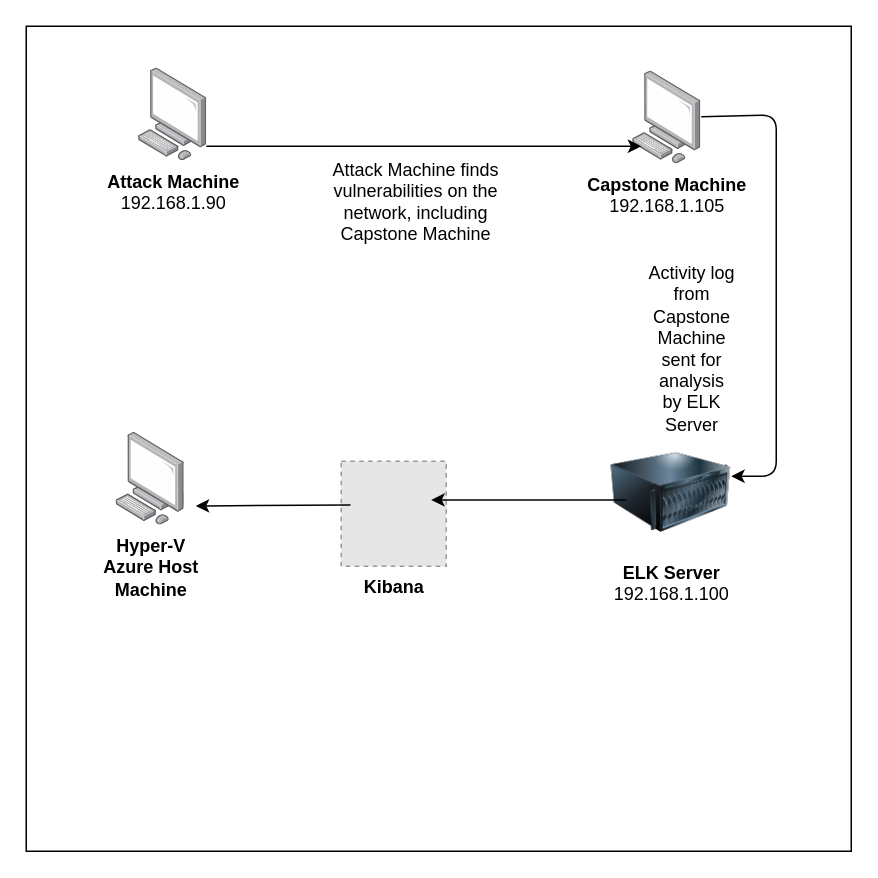
This is Untitled Diagram.drawio from wevertonribeiroferreira/Red-vs-Blue-Project, a draw.io file, before an edit. Source tidied: cells renumbered, new cells numbered last; positions are measured from the earlier drawing's top-left corner, leaving out a move shared by most shapes. Both pictures are drawn from the tidied source at 150%, with x=0, y=0 at pixel (26, 26). Pictures stored in the file or linked from it are replaced by grey dashed boxes.
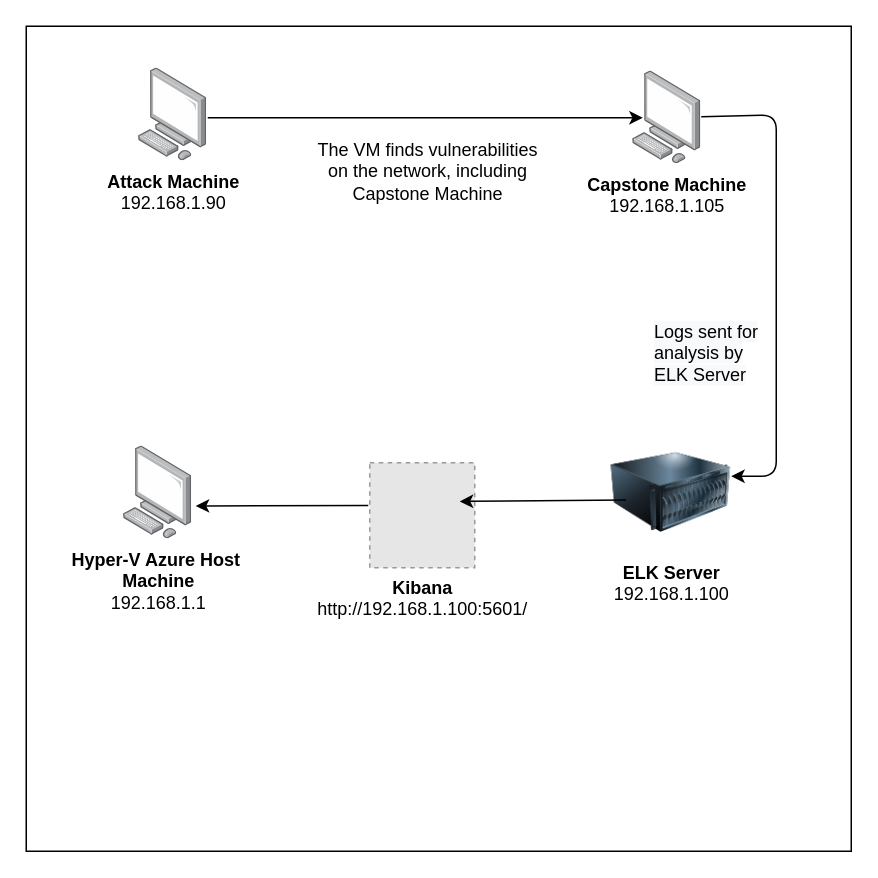
The same page after the edit.

What changed in the source:
```diff
@@
 <mxGraphModel>
   <root>
     <mxCell id="0" />
     <mxCell id="1" parent="0" />
     <mxCell id="2" style="whiteSpace=wrap;html=1;" parent="1" vertex="1">
       <mxGeometry width="550" height="550" as="geometry" />
     </mxCell>
     <mxCell id="3" value="&lt;b&gt;Attack Machine&lt;/b&gt;&lt;br&gt;192.168.1.90" style="html=1;align=center;shadow=0;dashed=0;image;image=img/lib/allied_telesis/computer_and_terminals/Personal_Computer.svg;" parent="1" vertex="1">
       <mxGeometry x="75" y="28" width="45.6" height="61.8" as="geometry" />
     </mxCell>
     <mxCell id="4" value="Capstone Machine&lt;br&gt;&lt;span style=&quot;font-weight: normal&quot;&gt;192.168.1.105&lt;/span&gt;" style="points=[];html=1;align=center;shadow=0;dashed=0;image;image=img/lib/allied_telesis/computer_and_terminals/Personal_Computer.svg;fontStyle=1;" parent="1" vertex="1">
       <mxGeometry x="404.4" y="30" width="45.6" height="61.8" as="geometry" />
     </mxCell>
     <mxCell id="5" value="ELK Server&lt;br&gt;&lt;span style=&quot;font-weight: normal&quot;&gt;192.168.1.100&lt;/span&gt;" style="image;html=1;image=img/lib/clip_art/computers/Server_128x128.png;fontStyle=1;" parent="1" vertex="1">
       <mxGeometry x="390" y="270.9" width="80" height="80" as="geometry" />
     </mxCell>
-    <mxCell id="6" value="&lt;b&gt;Kibana&lt;/b&gt;" style="fillColor=#E6E6E6;strokeColor=#999999;dashed=1;html=1;verticalAlign=top;verticalLabelPosition=bottom;" parent="1" vertex="1">
-      <mxGeometry x="210" y="290" width="70" height="70" as="geometry" />
+    <mxCell id="6" value="&lt;b&gt;Kibana&lt;/b&gt;&lt;br&gt;http://192.168.1.100:5601/" style="fillColor=#E6E6E6;strokeColor=#999999;dashed=1;html=1;verticalAlign=top;verticalLabelPosition=bottom;" parent="1" vertex="1">
+      <mxGeometry x="229" y="291" width="70" height="70" as="geometry" />
     </mxCell>
-    <mxCell id="7" value="&lt;b&gt;Hyper-V&lt;br&gt;Azure Host&lt;br&gt;Machine&lt;br&gt;&lt;/b&gt;" style="html=1;align=center;shadow=0;dashed=0;image;image=img/lib/allied_telesis/computer_and_terminals/Personal_Computer.svg;" parent="1" vertex="1">
-      <mxGeometry x="60" y="270.9" width="45.6" height="61.8" as="geometry" />
+    <mxCell id="7" value="&lt;b&gt;Hyper-V Azure Host&amp;nbsp;&lt;/b&gt;&lt;br&gt;&lt;b&gt;Machine&lt;/b&gt;&lt;br&gt;192.168.1.1" style="html=1;align=center;shadow=0;dashed=0;image;image=img/lib/allied_telesis/computer_and_terminals/Personal_Computer.svg;" parent="1" vertex="1">
+      <mxGeometry x="65" y="280" width="45.6" height="61.8" as="geometry" />
     </mxCell>
     <mxCell id="8" style="endArrow=classic;html=1;rounded=0;" parent="1" edge="1">
       <mxGeometry relative="1" as="geometry">
-        <mxPoint x="120" y="80" as="sourcePoint" />
-        <mxPoint x="410" y="80" as="targetPoint" />
+        <mxPoint x="121" y="61" as="sourcePoint" />
+        <mxPoint x="411" y="61" as="targetPoint" />
       </mxGeometry>
     </mxCell>
-    <mxCell id="9" value="Attack Machine finds vulnerabilities on the network, including Capstone Machine" style="text;html=1;strokeColor=none;fillColor=none;align=center;verticalAlign=middle;whiteSpace=wrap;rounded=0;sketch=0;" parent="1" vertex="1">
-      <mxGeometry x="185" y="101.8" width="150" height="30" as="geometry" />
+    <mxCell id="9" value="The VM finds vulnerabilities on the network, including Capstone Machine" style="text;html=1;strokeColor=none;fillColor=none;align=center;verticalAlign=middle;whiteSpace=wrap;rounded=0;sketch=0;" parent="1" vertex="1">
+      <mxGeometry x="193" y="81.8" width="150" height="30" as="geometry" />
     </mxCell>
     <mxCell id="10" style="endArrow=classic;html=1;rounded=1;sketch=0;curved=0;" parent="1" edge="1" source="4">
       <mxGeometry relative="1" as="geometry">
         <mxPoint x="470" y="300" as="targetPoint" />
         <Array as="points">
           <mxPoint x="500" y="59" />
           <mxPoint x="500" y="300" />
         </Array>
       </mxGeometry>
     </mxCell>
-    <mxCell id="11" value="Activity log from Capstone Machine sent for analysis by ELK Server" style="text;html=1;strokeColor=none;fillColor=none;align=center;verticalAlign=middle;whiteSpace=wrap;rounded=0;sketch=0;" parent="1" vertex="1">
-      <mxGeometry x="414" y="200" width="60" height="30" as="geometry" />
-    </mxCell>
     <mxCell id="12" style="endArrow=classic;html=1;rounded=1;sketch=0;curved=0;exitX=0.125;exitY=0.561;exitDx=0;exitDy=0;exitPerimeter=0;entryX=0.857;entryY=0.368;entryDx=0;entryDy=0;entryPerimeter=0;" parent="1" edge="1" source="5" target="6">
       <mxGeometry relative="1" as="geometry" />
     </mxCell>
-    <mxCell id="13" style="endArrow=classic;html=1;rounded=1;sketch=0;curved=0;exitX=-0.085;exitY=0.666;exitDx=0;exitDy=0;exitPerimeter=0;" parent="1" edge="1">
+    <mxCell id="13" style="endArrow=classic;html=1;rounded=1;sketch=0;curved=0;exitX=-0.014;exitY=0.406;exitDx=0;exitDy=0;exitPerimeter=0;" parent="1" edge="1" source="6">
       <mxGeometry relative="1" as="geometry">
-        <mxPoint x="216.2" y="319.2" as="sourcePoint" />
         <mxPoint x="113" y="319.8" as="targetPoint" />
       </mxGeometry>
     </mxCell>
+    <mxCell id="14" value="&lt;span style=&quot;color: rgb(0 , 0 , 0) ; font-family: &amp;#34;helvetica&amp;#34; ; font-size: 12px ; font-style: normal ; font-weight: 400 ; letter-spacing: normal ; text-align: center ; text-indent: 0px ; text-transform: none ; word-spacing: 0px ; background-color: rgb(248 , 249 , 250) ; display: inline ; float: none&quot;&gt;Logs sent for analysis by ELK Server&lt;/span&gt;" style="text;whiteSpace=wrap;html=1;fontColor=#99FFFF;" parent="1" vertex="1">
+      <mxGeometry x="417" y="190" width="80" height="30" as="geometry" />
+    </mxCell>
   </root>
 </mxGraphModel>
```
